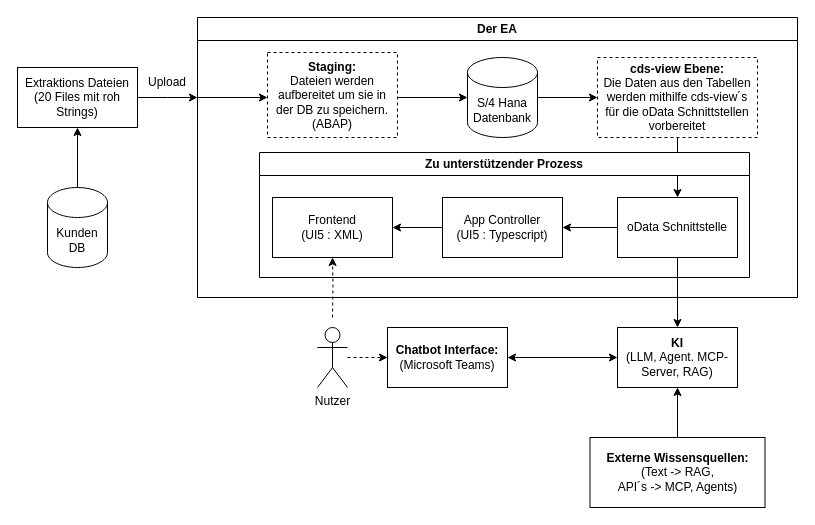
Above: DrawIo/Von_der_AI_zu_unterstützen.drawio in gladklo/bachelorThesis (draw.io), before the change. Source tidied: cells renumbered, new cells numbered last; positions are measured from the earlier drawing's top-left corner, leaving out a move shared by most shapes. Both pictures are drawn from the tidied source at 100%, with x=0, y=0 at pixel (17, 17).
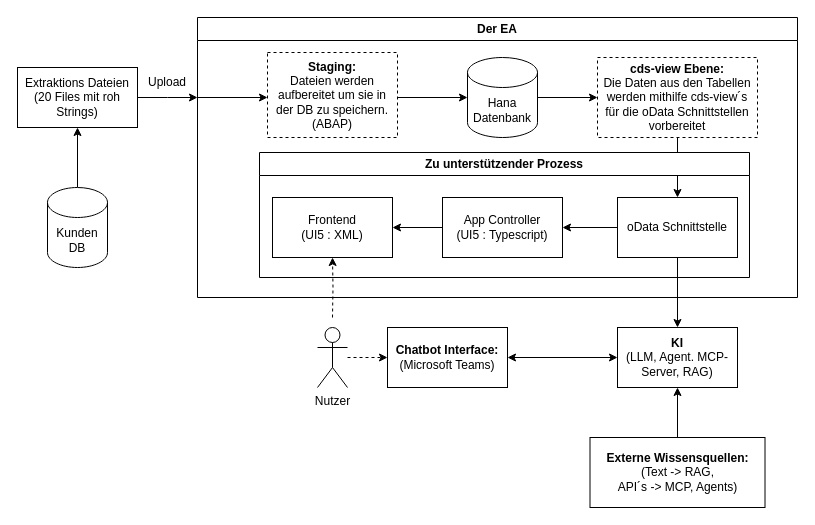
Above is the later version.

The change refers to these unchanged cells:
```xml
<mxCell id="6" value="Der EA" style="swimlane;whiteSpace=wrap;html=1;" parent="1" vertex="1">
  <mxGeometry x="180" width="600" height="280" as="geometry" />
</mxCell>
```

Diff of the diagram source:
```diff
@@
-    <mxCell id="8" value="S/4 Hana&lt;div&gt;Datenbank&lt;/div&gt;" style="shape=cylinder3;whiteSpace=wrap;html=1;boundedLbl=1;backgroundOutline=1;size=15;" parent="6" vertex="1">
+    <mxCell id="8" value="Hana&lt;div&gt;Datenbank&lt;/div&gt;" style="shape=cylinder3;whiteSpace=wrap;html=1;boundedLbl=1;backgroundOutline=1;size=15;" parent="6" vertex="1">
       <mxGeometry x="270" y="40" width="70" height="80" as="geometry" />
     </mxCell>
```
